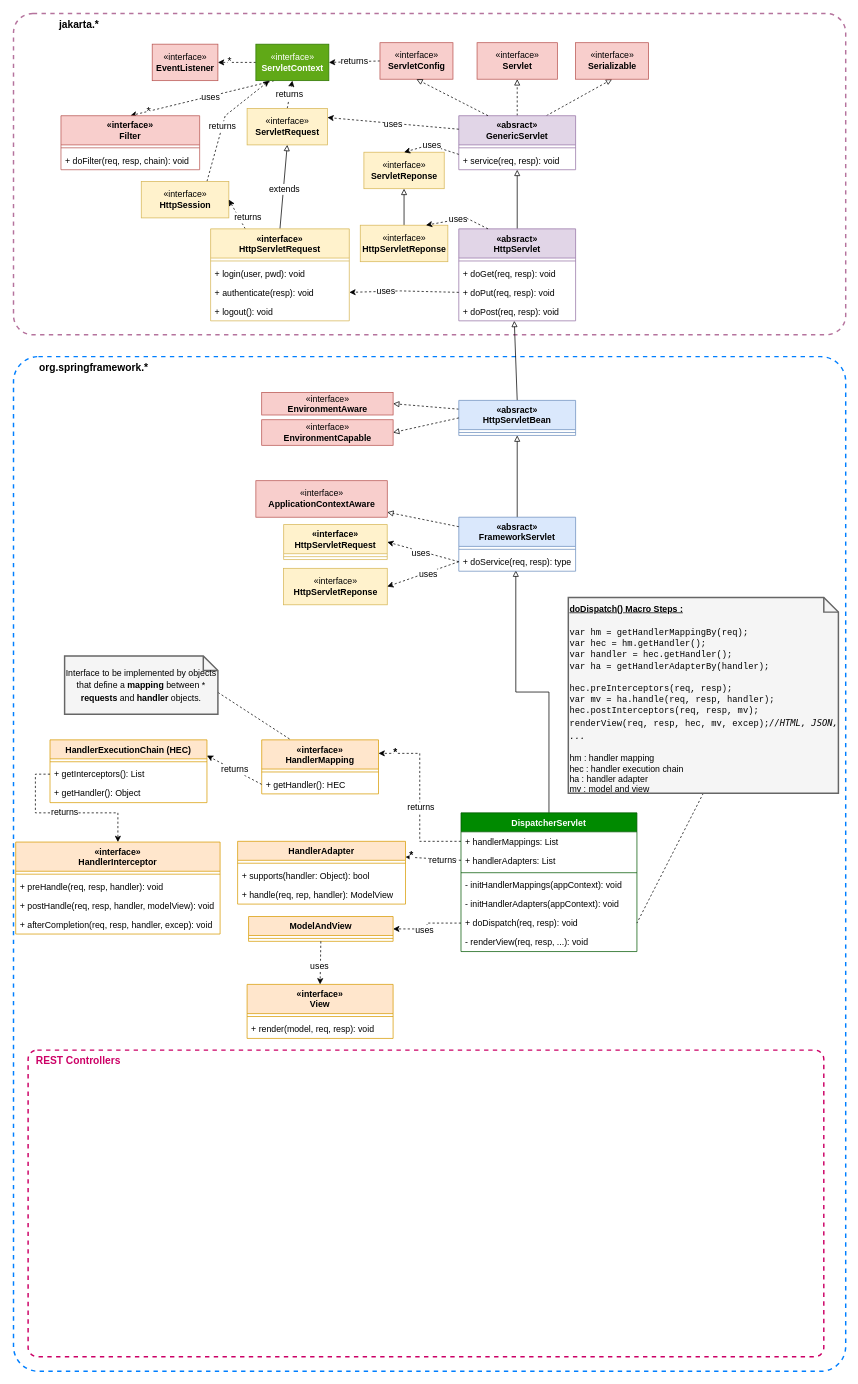
Before: study-me/DispatcherServlet.drawio in enimiste/spring-framework, a draw.io diagram. Source tidied: cells renumbered, new cells numbered last; positions are measured from the earlier drawing's top-left corner, leaving out a move shared by most shapes. Both pictures are drawn from the tidied source at 73%, with x=0, y=0 at pixel (13, 13).
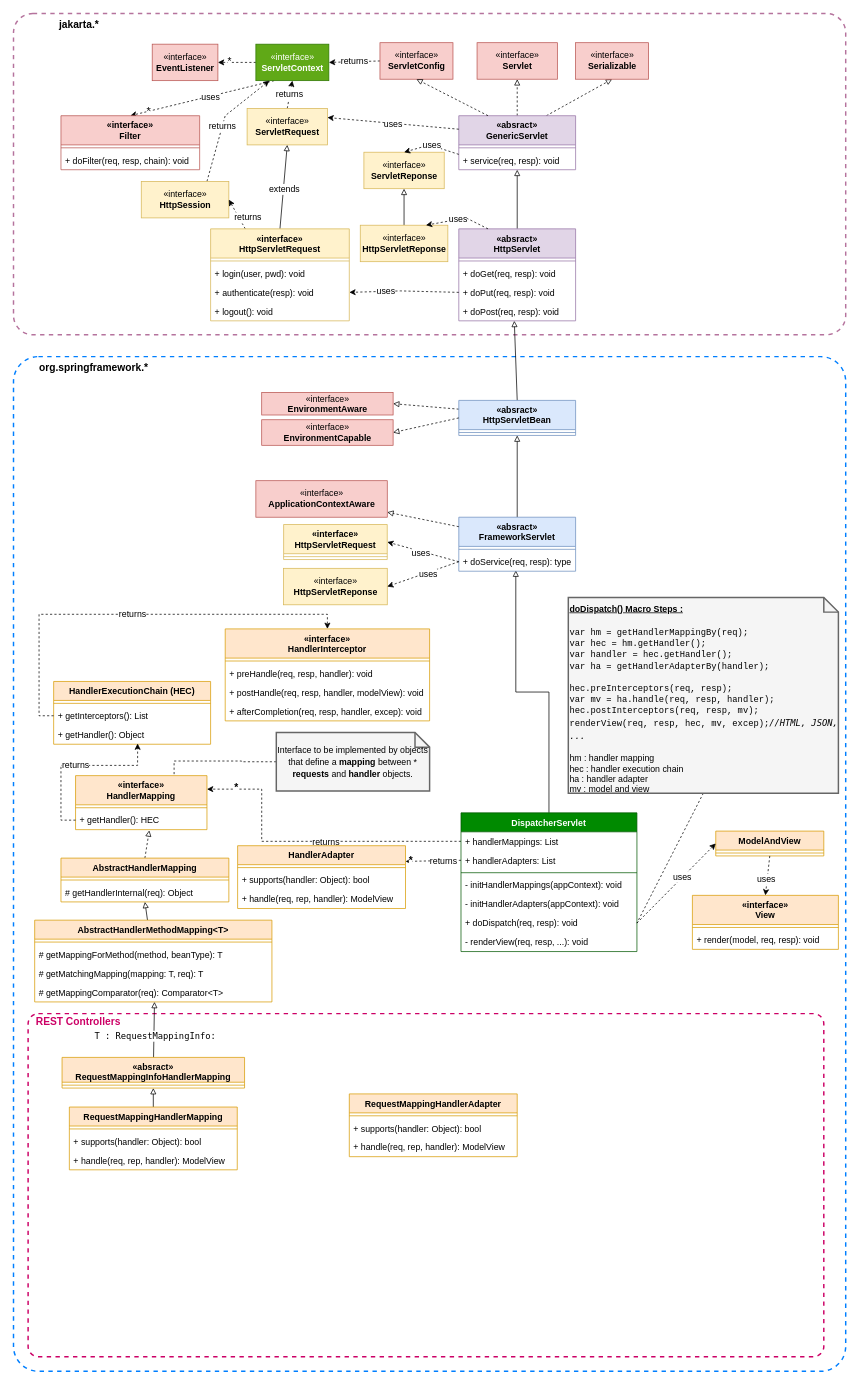
Above is the later version.

Commit message (it also covers changes not shown here):
complete DispatcherServlet internals

The change refers to these unchanged cells:
```xml
<mxCell id="10" value="+ handlerMappings: List" style="text;strokeColor=none;fillColor=none;align=left;verticalAlign=top;spacingLeft=4;spacingRight=4;overflow=hidden;points=[[0,0.5],[1,0.5]];portConstraint=eastwest;fontFamily=Helvetica;fontSize=12;fontColor=#000000;" parent="9" vertex="1">
  <mxGeometry y="26" width="241" height="26" as="geometry" />
</mxCell>
<mxCell id="15" value="+ doDispatch(req, resp): void" style="text;strokeColor=none;fillColor=none;align=left;verticalAlign=top;spacingLeft=4;spacingRight=4;overflow=hidden;points=[[0,0.5],[1,0.5]];portConstraint=eastwest;" parent="9" vertex="1">
  <mxGeometry y="138" width="241" height="26" as="geometry" />
</mxCell>
<mxCell id="90" value="+ getHandler(): Object" style="text;strokeColor=none;fillColor=none;align=left;verticalAlign=top;spacingLeft=4;spacingRight=4;overflow=hidden;points=[[0,0.5],[1,0.5]];portConstraint=eastwest;" parent="87" vertex="1">
  <mxGeometry y="60" width="215" height="26" as="geometry" />
</mxCell>
```

Change to the diagram source:
```diff
@@
     <mxCell id="3" style="rounded=1;whiteSpace=wrap;html=1;fillColor=none;dashed=1;strokeWidth=2;strokeColor=#CC0066;arcSize=3;" parent="1" vertex="1">
-      <mxGeometry x="20" y="1420" width="1090" height="420" as="geometry" />
+      <mxGeometry x="20" y="1370" width="1090" height="470" as="geometry" />
     </mxCell>
@@
-    <mxCell id="6" style="rounded=0;jettySize=auto;html=1;exitX=0;exitY=0.5;exitDx=0;exitDy=0;entryX=1;entryY=0.25;entryDx=0;entryDy=0;edgeStyle=orthogonalEdgeStyle;dashed=1;" parent="1" edge="1" source="10" target="103">
-      <mxGeometry relative="1" as="geometry" />
+    <mxCell id="6" style="rounded=0;jettySize=auto;html=1;exitX=0;exitY=0.5;exitDx=0;exitDy=0;entryX=1;entryY=0.25;entryDx=0;entryDy=0;dashed=1;edgeStyle=orthogonalEdgeStyle;" parent="1" edge="1" source="10" target="103">
+      <mxGeometry relative="1" as="geometry">
+        <Array as="points">
+          <mxPoint x="340" y="1134" />
+          <mxPoint x="340" y="1063" />
+        </Array>
+      </mxGeometry>
     </mxCell>
@@
     <mxCell id="87" value="HandlerExecutionChain (HEC)" style="swimlane;fontStyle=1;align=center;verticalAlign=top;horizontal=1;startSize=26;fillColor=#ffe6cc;strokeColor=#d79b00;" parent="1" vertex="1">
-      <mxGeometry x="50" y="995" width="215" height="86" as="geometry" />
+      <mxGeometry x="55" y="915" width="215" height="86" as="geometry" />
     </mxCell>
@@
     <mxCell id="91" value="HandlerAdapter" style="swimlane;fontStyle=1;align=center;verticalAlign=top;horizontal=1;startSize=26;fillColor=#ffe6cc;strokeColor=#d79b00;" parent="1" vertex="1">
-      <mxGeometry x="307" y="1134" width="230" height="86" as="geometry" />
+      <mxGeometry x="307" y="1140" width="230" height="86" as="geometry" />
     </mxCell>
@@
     <mxCell id="98" value="«interface»&#10;HandlerInterceptor" style="swimlane;fontStyle=1;align=center;verticalAlign=top;horizontal=1;startSize=40;fillColor=#ffe6cc;strokeColor=#d79b00;" parent="1" vertex="1">
-      <mxGeometry x="3" y="1135" width="280" height="126" as="geometry" />
+      <mxGeometry x="290" y="843" width="280" height="126" as="geometry" />
     </mxCell>
@@
     <mxCell id="103" value="«interface»&#10;HandlerMapping" style="swimlane;fontStyle=1;align=center;verticalAlign=top;horizontal=1;startSize=40;fillColor=#ffe6cc;strokeColor=#d79b00;" parent="1" vertex="1">
-      <mxGeometry x="340" y="995" width="160" height="74" as="geometry" />
+      <mxGeometry x="85" y="1044" width="180" height="74" as="geometry" />
     </mxCell>
     <mxCell id="104" style="line;strokeWidth=1;fillColor=none;align=left;verticalAlign=middle;spacingTop=-1;spacingLeft=3;spacingRight=3;labelPosition=right;strokeColor=inherit;" parent="103" vertex="1">
-      <mxGeometry y="40" width="160" height="8" as="geometry" />
+      <mxGeometry y="40" width="180" height="8" as="geometry" />
     </mxCell>
     <mxCell id="105" value="+ getHandler(): HEC" style="text;strokeColor=none;fillColor=none;align=left;verticalAlign=top;spacingLeft=4;spacingRight=4;overflow=hidden;points=[[0,0.5],[1,0.5]];portConstraint=eastwest;" parent="103" vertex="1">
-      <mxGeometry y="48" width="160" height="26" as="geometry" />
+      <mxGeometry y="48" width="180" height="26" as="geometry" />
     </mxCell>
-    <mxCell id="106" value="returns" style="edgeStyle=none;rounded=0;jettySize=auto;html=1;exitX=0;exitY=0.5;exitDx=0;exitDy=0;entryX=1;entryY=0.25;entryDx=0;entryDy=0;fontSize=12;dashed=1;" parent="1" edge="1" source="105" target="87">
-      <mxGeometry relative="1" as="geometry" />
+    <mxCell id="106" value="returns" style="rounded=0;jettySize=auto;html=1;exitX=0;exitY=0.5;exitDx=0;exitDy=0;entryX=0.535;entryY=0.962;entryDx=0;entryDy=0;fontSize=12;dashed=1;entryPerimeter=0;edgeStyle=orthogonalEdgeStyle;" parent="1" edge="1" source="105" target="90">
+      <mxGeometry relative="1" as="geometry">
+        <Array as="points">
+          <mxPoint x="65" y="1105" />
+          <mxPoint x="65" y="1030" />
+          <mxPoint x="170" y="1030" />
+        </Array>
+      </mxGeometry>
     </mxCell>
-    <mxCell id="107" style="edgeStyle=none;rounded=0;jettySize=auto;html=1;exitX=0;exitY=0;exitDx=210;exitDy=50;exitPerimeter=0;entryX=0.25;entryY=0;entryDx=0;entryDy=0;dashed=1;fontSize=12;fontColor=#000000;endArrow=none;endFill=0;" parent="1" edge="1" source="108" target="103">
+    <mxCell id="107" style="edgeStyle=orthogonalEdgeStyle;rounded=0;jettySize=auto;html=1;exitX=0;exitY=0.5;exitDx=0;exitDy=0;exitPerimeter=0;entryX=0.75;entryY=0;entryDx=0;entryDy=0;dashed=1;fontSize=12;fontColor=#000000;endArrow=none;endFill=0;" parent="1" edge="1" source="108" target="103">
       <mxGeometry relative="1" as="geometry" />
     </mxCell>
     <mxCell id="108" value="&lt;font color=&quot;#000000&quot; style=&quot;font-size: 12px;&quot;&gt;Interface to be implemented by objects that define a &lt;b&gt;mapping&lt;/b&gt; between * &lt;b&gt;requests&lt;/b&gt; and &lt;b&gt;handler&lt;/b&gt; objects.&lt;/font&gt;" style="shape=note;strokeWidth=2;fontSize=14;size=20;whiteSpace=wrap;html=1;fillColor=#f5f5f5;strokeColor=#666666;fontColor=#333333;" parent="1" vertex="1">
-      <mxGeometry x="70" y="880" width="210" height="80" as="geometry" />
+      <mxGeometry x="360" y="985" width="210" height="80" as="geometry" />
     </mxCell>
@@
     <mxCell id="112" value="ModelAndView" style="swimlane;fontStyle=1;align=center;verticalAlign=top;horizontal=1;startSize=26;fillColor=#ffe6cc;strokeColor=#d79b00;" parent="1" vertex="1">
-      <mxGeometry x="322" y="1237" width="198" height="34" as="geometry" />
+      <mxGeometry x="962" y="1120" width="148" height="34" as="geometry" />
     </mxCell>
     <mxCell id="113" style="line;strokeWidth=1;fillColor=none;align=left;verticalAlign=middle;spacingTop=-1;spacingLeft=3;spacingRight=3;labelPosition=right;strokeColor=inherit;" parent="112" vertex="1">
-      <mxGeometry y="26" width="198" height="8" as="geometry" />
+      <mxGeometry y="26" width="148" height="8" as="geometry" />
     </mxCell>
-    <mxCell id="114" style="edgeStyle=orthogonalEdgeStyle;rounded=0;jettySize=auto;html=1;exitX=0;exitY=0.5;exitDx=0;exitDy=0;entryX=1;entryY=0.5;entryDx=0;entryDy=0;dashed=1;fontFamily=Helvetica;fontSize=12;fontColor=#000000;endArrow=classic;endFill=1;" parent="1" edge="1" source="15" target="112">
+    <mxCell id="114" style="rounded=0;jettySize=auto;html=1;entryX=0;entryY=0.5;entryDx=0;entryDy=0;dashed=1;fontFamily=Helvetica;fontSize=12;fontColor=#000000;endArrow=classic;endFill=1;exitX=1;exitY=0.5;exitDx=0;exitDy=0;" parent="1" edge="1" source="15" target="112">
       <mxGeometry relative="1" as="geometry" />
     </mxCell>
@@
     <mxCell id="116" value="«interface»&#10;View" style="swimlane;fontStyle=1;align=center;verticalAlign=top;horizontal=1;startSize=40;fillColor=#ffe6cc;strokeColor=#d79b00;" parent="1" vertex="1">
-      <mxGeometry x="320" y="1330" width="200" height="74" as="geometry" />
+      <mxGeometry x="930" y="1208" width="200" height="74" as="geometry" />
     </mxCell>
@@
     <mxCell id="121" value="REST Controllers" style="text;html=1;strokeColor=none;fillColor=none;align=left;verticalAlign=middle;whiteSpace=wrap;rounded=0;dashed=1;strokeWidth=2;fontStyle=1;fontSize=14;fontColor=#CC0066;" parent="1" vertex="1">
-      <mxGeometry x="29" y="1420" width="180" height="30" as="geometry" />
+      <mxGeometry x="29" y="1366" width="131" height="30" as="geometry" />
     </mxCell>
+    <mxCell id="122" style="rounded=0;jettySize=auto;html=1;exitX=0.5;exitY=0;exitDx=0;exitDy=0;entryX=0.5;entryY=1;entryDx=0;entryDy=0;fontFamily=Lucida Console;fontSize=12;fontColor=#CC0066;endArrow=block;endFill=0;" parent="1" edge="1" source="123" target="143">
+      <mxGeometry relative="1" as="geometry" />
+    </mxCell>
+    <mxCell id="123" value="RequestMappingHandlerMapping" style="swimlane;fontStyle=1;align=center;verticalAlign=top;horizontal=1;startSize=26;fillColor=#ffe6cc;strokeColor=#d79b00;" parent="1" vertex="1">
+      <mxGeometry x="76.5" y="1498" width="230" height="86" as="geometry" />
+    </mxCell>
+    <mxCell id="124" style="line;strokeWidth=1;fillColor=none;align=left;verticalAlign=middle;spacingTop=-1;spacingLeft=3;spacingRight=3;labelPosition=right;strokeColor=inherit;" parent="123" vertex="1">
+      <mxGeometry y="26" width="230" height="8" as="geometry" />
+    </mxCell>
+    <mxCell id="125" value="+ supports(handler: Object): bool" style="text;strokeColor=none;fillColor=none;align=left;verticalAlign=top;spacingLeft=4;spacingRight=4;overflow=hidden;" parent="123" vertex="1">
+      <mxGeometry y="34" width="230" height="26" as="geometry" />
+    </mxCell>
+    <mxCell id="126" value="+ handle(req, rep, handler): ModelView" style="text;strokeColor=none;fillColor=none;align=left;verticalAlign=top;spacingLeft=4;spacingRight=4;overflow=hidden;" parent="123" vertex="1">
+      <mxGeometry y="60" width="230" height="26" as="geometry" />
+    </mxCell>
+    <mxCell id="127" value="RequestMappingHandlerAdapter" style="swimlane;fontStyle=1;align=center;verticalAlign=top;horizontal=1;startSize=26;fillColor=#ffe6cc;strokeColor=#d79b00;" parent="1" vertex="1">
+      <mxGeometry x="460" y="1480" width="230" height="86" as="geometry" />
+    </mxCell>
+    <mxCell id="128" style="line;strokeWidth=1;fillColor=none;align=left;verticalAlign=middle;spacingTop=-1;spacingLeft=3;spacingRight=3;labelPosition=right;strokeColor=inherit;" parent="127" vertex="1">
+      <mxGeometry y="26" width="230" height="8" as="geometry" />
+    </mxCell>
+    <mxCell id="129" value="+ supports(handler: Object): bool" style="text;strokeColor=none;fillColor=none;align=left;verticalAlign=top;spacingLeft=4;spacingRight=4;overflow=hidden;" parent="127" vertex="1">
+      <mxGeometry y="34" width="230" height="26" as="geometry" />
+    </mxCell>
+    <mxCell id="130" value="+ handle(req, rep, handler): ModelView" style="text;strokeColor=none;fillColor=none;align=left;verticalAlign=top;spacingLeft=4;spacingRight=4;overflow=hidden;" parent="127" vertex="1">
+      <mxGeometry y="60" width="230" height="26" as="geometry" />
+    </mxCell>
+    <mxCell id="131" style="edgeStyle=none;rounded=0;jettySize=auto;html=1;exitX=0.5;exitY=0;exitDx=0;exitDy=0;entryX=0.561;entryY=1.038;entryDx=0;entryDy=0;entryPerimeter=0;fontFamily=Lucida Console;fontSize=12;fontColor=#CC0066;endArrow=block;endFill=0;dashed=1;" parent="1" edge="1" source="132" target="105">
+      <mxGeometry relative="1" as="geometry" />
+    </mxCell>
+    <mxCell id="132" value="AbstractHandlerMapping" style="swimlane;fontStyle=1;align=center;verticalAlign=top;horizontal=1;startSize=26;fillColor=#ffe6cc;strokeColor=#d79b00;" parent="1" vertex="1">
+      <mxGeometry x="65" y="1157" width="230" height="60" as="geometry" />
+    </mxCell>
+    <mxCell id="133" style="line;strokeWidth=1;fillColor=none;align=left;verticalAlign=middle;spacingTop=-1;spacingLeft=3;spacingRight=3;labelPosition=right;strokeColor=inherit;" parent="132" vertex="1">
+      <mxGeometry y="26" width="230" height="8" as="geometry" />
+    </mxCell>
+    <mxCell id="134" value="# getHandlerInternal(req): Object" style="text;strokeColor=none;fillColor=none;align=left;verticalAlign=top;spacingLeft=4;spacingRight=4;overflow=hidden;" parent="132" vertex="1">
+      <mxGeometry y="34" width="230" height="26" as="geometry" />
+    </mxCell>
+    <mxCell id="135" style="edgeStyle=none;rounded=0;jettySize=auto;html=1;entryX=0.5;entryY=1;entryDx=0;entryDy=0;fontFamily=Lucida Console;fontSize=12;fontColor=#CC0066;endArrow=block;endFill=0;" parent="1" edge="1" source="136" target="132">
+      <mxGeometry relative="1" as="geometry" />
+    </mxCell>
+    <mxCell id="136" value="AbstractHandlerMethodMapping&lt;T&gt;" style="swimlane;fontStyle=1;align=center;verticalAlign=top;horizontal=1;startSize=26;fillColor=#ffe6cc;strokeColor=#d79b00;" parent="1" vertex="1">
+      <mxGeometry x="29" y="1242" width="325" height="112" as="geometry" />
+    </mxCell>
+    <mxCell id="137" style="line;strokeWidth=1;fillColor=none;align=left;verticalAlign=middle;spacingTop=-1;spacingLeft=3;spacingRight=3;labelPosition=right;strokeColor=inherit;" parent="136" vertex="1">
+      <mxGeometry y="26" width="325" height="8" as="geometry" />
+    </mxCell>
+    <mxCell id="138" value="# getMappingForMethod(method, beanType): T" style="text;strokeColor=none;fillColor=none;align=left;verticalAlign=top;spacingLeft=4;spacingRight=4;overflow=hidden;" parent="136" vertex="1">
+      <mxGeometry y="34" width="325" height="26" as="geometry" />
+    </mxCell>
+    <mxCell id="139" value="# getMatchingMapping(mapping: T, req): T" style="text;strokeColor=none;fillColor=none;align=left;verticalAlign=top;spacingLeft=4;spacingRight=4;overflow=hidden;" parent="136" vertex="1">
+      <mxGeometry y="60" width="325" height="26" as="geometry" />
+    </mxCell>
+    <mxCell id="140" value="# getMappingComparator(req): Comparator&lt;T&gt;" style="text;strokeColor=none;fillColor=none;align=left;verticalAlign=top;spacingLeft=4;spacingRight=4;overflow=hidden;points=[[0,0.5],[1,0.5]];portConstraint=eastwest;" parent="136" vertex="1">
+      <mxGeometry y="86" width="325" height="26" as="geometry" />
+    </mxCell>
+    <mxCell id="141" style="edgeStyle=none;rounded=0;jettySize=auto;html=1;fontFamily=Lucida Console;fontSize=12;fontColor=#CC0066;endArrow=block;endFill=0;entryX=0.505;entryY=1;entryDx=0;entryDy=0;entryPerimeter=0;" parent="1" edge="1" source="143" target="140">
+      <mxGeometry relative="1" as="geometry" />
+    </mxCell>
+    <mxCell id="142" value="&lt;font color=&quot;#000000&quot;&gt;T : RequestMappingInfo:&lt;/font&gt;" style="edgeLabel;html=1;align=center;verticalAlign=middle;fontSize=12;fontFamily=Lucida Console;fontColor=#CC0066;" parent="141" vertex="1">
+      <mxGeometry x="-0.21" y="-1" relative="1" as="geometry" />
+    </mxCell>
+    <mxCell id="143" value="«absract»&#10;RequestMappingInfoHandlerMapping" style="swimlane;fontStyle=1;align=center;verticalAlign=top;horizontal=1;startSize=34;fillColor=#ffe6cc;strokeColor=#d79b00;" parent="1" vertex="1">
+      <mxGeometry x="66.5" y="1430" width="250" height="42" as="geometry" />
+    </mxCell>
+    <mxCell id="144" style="line;strokeWidth=1;fillColor=none;align=left;verticalAlign=middle;spacingTop=-1;spacingLeft=3;spacingRight=3;labelPosition=right;strokeColor=inherit;" parent="143" vertex="1">
+      <mxGeometry y="34" width="250" height="8" as="geometry" />
+    </mxCell>
```
